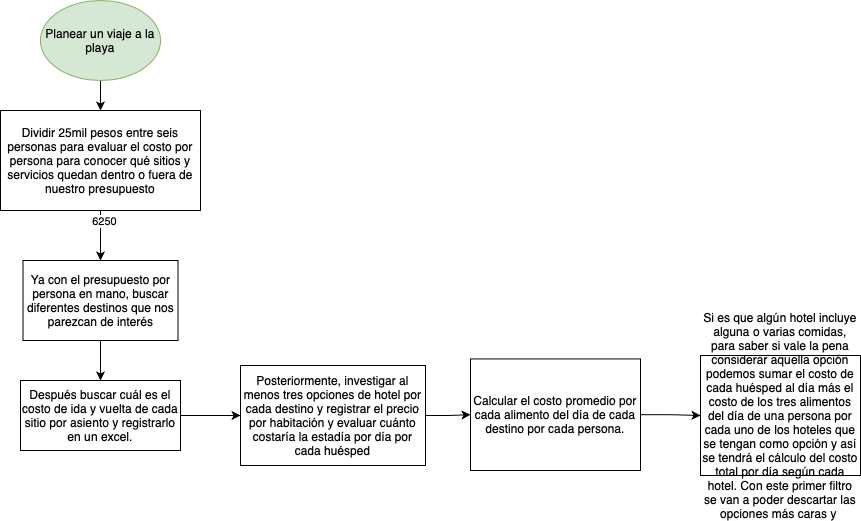
The draw.io diagram travelBeach.png in missphoneme/ejercicios-kodemia, before a commit. Source tidied: cells renumbered, new cells last; positions are measured from the earlier drawing's top-left corner, leaving out a move shared by most shapes.
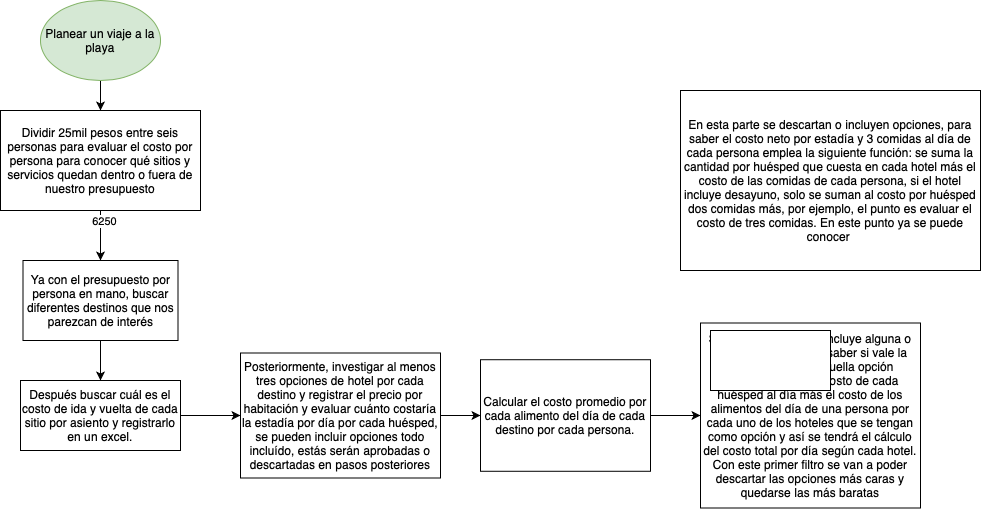
The same diagram one commit later.

What changed in the source:
```diff
@@ -32,17 +32,23 @@
     <mxCell id="11" style="edgeStyle=orthogonalEdgeStyle;rounded=0;jettySize=auto;html=1;" parent="1" edge="1" source="12" target="14">
       <mxGeometry relative="1" as="geometry" />
     </mxCell>
-    <mxCell id="12" value="Posteriormente, investigar al menos tres opciones de hotel por cada destino y registrar el precio por habitación y evaluar cuánto costaría la estadía por día por cada huésped" style="whiteSpace=wrap;html=1;rounded=0;" parent="1" vertex="1">
-      <mxGeometry x="240" y="365" width="185" height="100" as="geometry" />
+    <mxCell id="12" value="Posteriormente, investigar al menos tres opciones de hotel por cada destino y registrar el precio por habitación y evaluar cuánto costaría la estadía por día por cada huésped, se pueden incluir opciones todo incluído, estás serán aprobadas o descartadas en pasos posteriores" style="whiteSpace=wrap;html=1;rounded=0;" parent="1" vertex="1">
+      <mxGeometry x="240" y="352.5" width="200" height="125" as="geometry" />
     </mxCell>
     <mxCell id="13" style="edgeStyle=orthogonalEdgeStyle;rounded=0;jettySize=auto;html=1;" parent="1" edge="1" source="14" target="15">
       <mxGeometry relative="1" as="geometry" />
     </mxCell>
     <mxCell id="14" value="Calcular el costo promedio por cada alimento del día de cada destino por cada persona." style="whiteSpace=wrap;html=1;rounded=0;" parent="1" vertex="1">
-      <mxGeometry x="470" y="358.4" width="170" height="111.6" as="geometry" />
+      <mxGeometry x="480" y="359.2" width="170" height="111.6" as="geometry" />
     </mxCell>
-    <mxCell id="15" value="Si es que algún hotel incluye alguna o varias comidas, para saber si vale la pena considerar aquella opción podemos sumar el costo de cada huésped al día más el costo de los tres alimentos del día de una persona por cada uno de los hoteles que se tengan como opción y así se tendrá el cálculo del costo total por día según cada hotel. Con este primer filtro se van a poder descartar las opciones más caras y&amp;nbsp;" style="whiteSpace=wrap;html=1;rounded=0;" parent="1" vertex="1">
-      <mxGeometry x="700" y="355" width="160" height="120" as="geometry" />
+    <mxCell id="15" value="Si es que algún hotel incluye alguna o varias comidas, para saber si vale la pena considerar aquella opción podemos sumar el costo de cada huésped al día más el costo de los alimentos del día de una persona por cada uno de los hoteles que se tengan como opción y así se tendrá el cálculo del costo total por día según cada hotel. Con este primer filtro se van a poder descartar las opciones más caras y quedarse las más baratas" style="whiteSpace=wrap;html=1;rounded=0;" parent="1" vertex="1">
+      <mxGeometry x="700" y="322.5" width="220" height="185" as="geometry" />
     </mxCell>
+    <mxCell id="16" style="rounded=0;whiteSpace=wrap;html=1;" parent="1" vertex="1">
+      <mxGeometry x="710" y="330" width="120" height="60" as="geometry" />
+    </mxCell>
+    <mxCell id="17" value="En esta parte se descartan o incluyen opciones, para saber el costo neto por estadía y 3 comidas al día de cada persona emplea la siguiente función: se suma la cantidad por huésped que cuesta en cada hotel más el costo de las comidas de cada persona, si el hotel incluye desayuno, solo se suman al costo por huésped dos comidas más, por ejemplo, el punto es evaluar el costo de tres comidas. En este punto ya se puede conocer&amp;nbsp;" style="rounded=0;whiteSpace=wrap;html=1;" parent="1" vertex="1">
+      <mxGeometry x="680" y="90" width="300" height="180" as="geometry" />
+    </mxCell>
   </root>
 </mxGraphModel>
```
